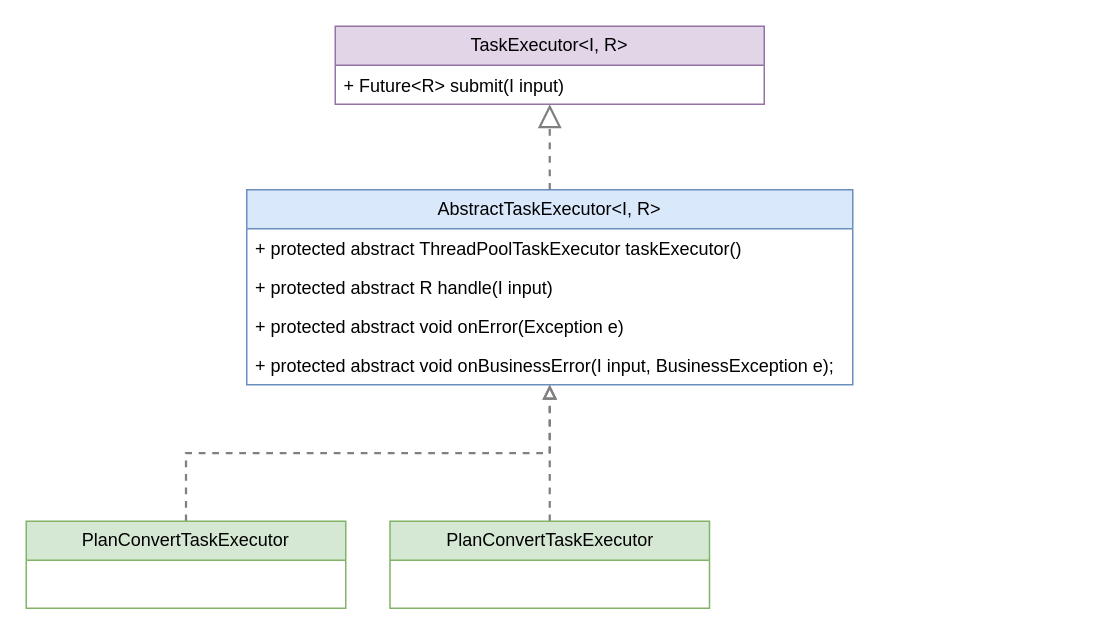
Above: page "Page-21" (21 of 23) of hibernate.drawio in minhtran-q/hibernate-knowledge (draw.io), before the change. Source tidied: cells renumbered, new cells numbered last; positions are measured from the earlier drawing's top-left corner, leaving out a move shared by most shapes. Both pictures are drawn from the tidied source at 150%, with x=0, y=0 at pixel (26, 26).
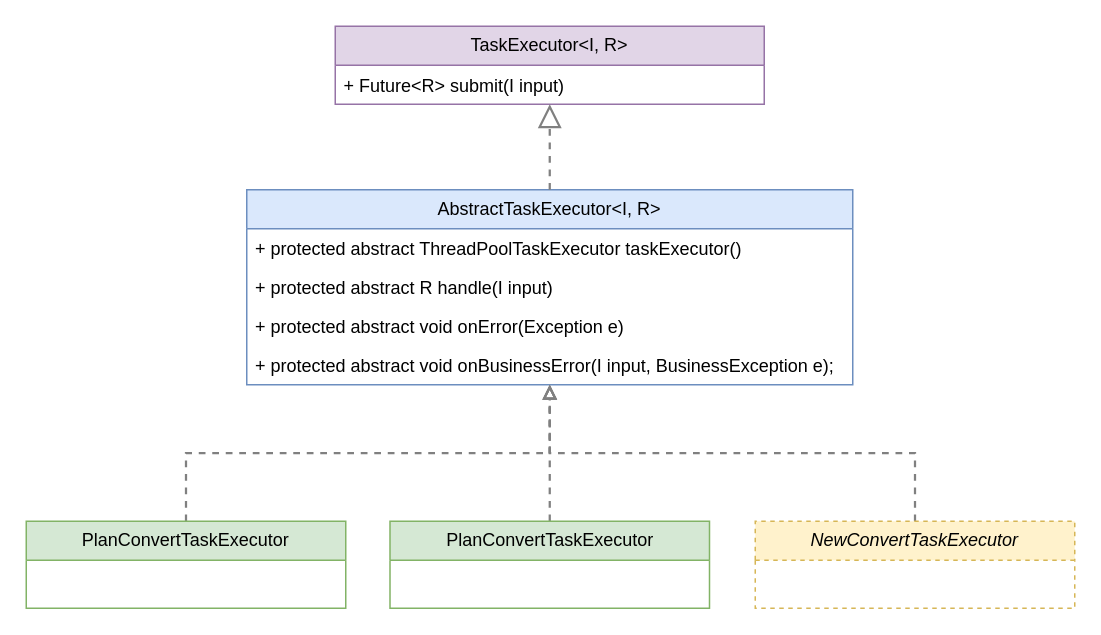
Above is the later version.

Diff of the diagram source:
```diff
@@
 <mxGraphModel>
   <root>
     <mxCell id="0" />
     <mxCell id="1" parent="0" />
     <mxCell id="2" value="TaskExecutor&amp;lt;I, R&amp;gt;" style="swimlane;fontStyle=0;horizontal=1;startSize=26;fillColor=#e1d5e7;whiteSpace=wrap;html=1;strokeColor=#9673a6;" parent="1" vertex="1">
       <mxGeometry x="206" width="286" height="52" as="geometry" />
     </mxCell>
     <mxCell id="3" value="+ Future&amp;lt;R&amp;gt; submit(I input)" style="text;strokeColor=none;fillColor=none;align=left;verticalAlign=top;spacingLeft=4;spacingRight=4;overflow=hidden;points=[[0,0.5],[1,0.5]];portConstraint=eastwest;whiteSpace=wrap;html=1;" parent="2" vertex="1">
       <mxGeometry y="26" width="286" height="26" as="geometry" />
     </mxCell>
     <mxCell id="4" value="AbstractTaskExecutor&amp;lt;I, R&amp;gt;" style="swimlane;fontStyle=0;horizontal=1;startSize=26;fillColor=#dae8fc;whiteSpace=wrap;html=1;strokeColor=#6c8ebf;" parent="1" vertex="1">
       <mxGeometry x="147" y="109" width="404" height="130" as="geometry" />
     </mxCell>
     <mxCell id="5" value="+ protected abstract ThreadPoolTaskExecutor taskExecutor()" style="text;strokeColor=none;fillColor=none;align=left;verticalAlign=top;spacingLeft=4;spacingRight=4;overflow=hidden;whiteSpace=wrap;html=1;" parent="4" vertex="1">
       <mxGeometry y="26" width="404" height="26" as="geometry" />
     </mxCell>
     <mxCell id="6" value="+ protected abstract R handle(I input)" style="text;strokeColor=none;fillColor=none;align=left;verticalAlign=top;spacingLeft=4;spacingRight=4;overflow=hidden;whiteSpace=wrap;html=1;" parent="4" vertex="1">
       <mxGeometry y="52" width="404" height="26" as="geometry" />
     </mxCell>
     <mxCell id="7" value="+ protected abstract void onError(Exception e)" style="text;strokeColor=none;fillColor=none;align=left;verticalAlign=top;spacingLeft=4;spacingRight=4;overflow=hidden;whiteSpace=wrap;html=1;" parent="4" vertex="1">
       <mxGeometry y="78" width="404" height="26" as="geometry" />
     </mxCell>
     <mxCell id="8" value="&lt;div&gt;&lt;span style=&quot;background-color: initial;&quot;&gt;+ protected abstract void onBusinessError(I input, BusinessException e);&lt;/span&gt;&lt;br&gt;&lt;/div&gt;" style="text;strokeColor=none;fillColor=none;align=left;verticalAlign=top;spacingLeft=4;spacingRight=4;overflow=hidden;whiteSpace=wrap;html=1;" parent="4" vertex="1">
       <mxGeometry y="104" width="404" height="26" as="geometry" />
     </mxCell>
     <mxCell id="9" style="endArrow=block;dashed=1;endFill=0;endSize=12;html=1;rounded=0;exitX=0.5;exitY=0;exitDx=0;exitDy=0;strokeColor=#808080;strokeWidth=1.5;" parent="1" edge="1" source="4" target="3">
       <mxGeometry relative="1" as="geometry" />
     </mxCell>
     <mxCell id="10" style="edgeStyle=orthogonalEdgeStyle;rounded=0;jettySize=auto;html=1;dashed=1;endArrow=block;endFill=0;strokeWidth=1.5;strokeColor=#808080;" parent="1" edge="1" source="11" target="4">
       <mxGeometry relative="1" as="geometry" />
     </mxCell>
     <mxCell id="11" value="PlanConvertTaskExecutor" style="swimlane;fontStyle=0;horizontal=1;startSize=26;fillColor=#d5e8d4;whiteSpace=wrap;html=1;strokeColor=#82b366;" parent="1" vertex="1">
       <mxGeometry y="330" width="213" height="58" as="geometry" />
     </mxCell>
     <mxCell id="12" style="edgeStyle=orthogonalEdgeStyle;rounded=0;jettySize=auto;html=1;dashed=1;endArrow=block;endFill=0;strokeWidth=1.5;strokeColor=#808080;" parent="1" edge="1" source="13" target="4">
       <mxGeometry relative="1" as="geometry" />
     </mxCell>
     <mxCell id="13" value="PlanConvertTaskExecutor" style="swimlane;fontStyle=0;horizontal=1;startSize=26;fillColor=#d5e8d4;whiteSpace=wrap;html=1;strokeColor=#82b366;" parent="1" vertex="1">
       <mxGeometry x="242.5" y="330" width="213" height="58" as="geometry" />
     </mxCell>
+    <mxCell id="14" style="edgeStyle=orthogonalEdgeStyle;rounded=0;jettySize=auto;html=1;endArrow=block;strokeColor=#808080;dashed=1;endFill=0;strokeWidth=1.5;" parent="1" edge="1" source="15" target="4">
+      <mxGeometry relative="1" as="geometry" />
+    </mxCell>
+    <mxCell id="15" value="&lt;i&gt;NewConvertTaskExecutor&lt;/i&gt;" style="swimlane;fontStyle=0;horizontal=1;startSize=26;fillColor=#fff2cc;whiteSpace=wrap;html=1;strokeColor=#d6b656;dashed=1;" parent="1" vertex="1">
+      <mxGeometry x="486" y="330" width="213" height="58" as="geometry" />
+    </mxCell>
   </root>
 </mxGraphModel>
```
